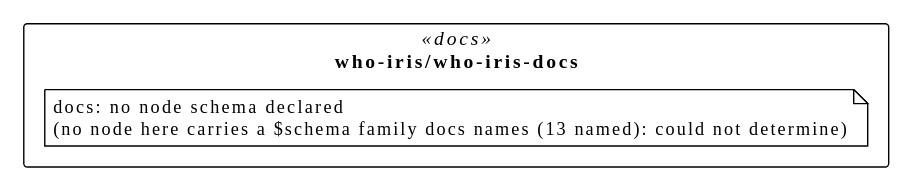
The PlantUML diagram assets/img/uml/overview/who-iris/who-iris-docs.svg in litlfred/smart-trust, before a commit. The source it was exported from:
```plantuml
@startuml
!pragma layout elk
!theme plain
skinparam classAttributeIconSize 0
skinparam shadowing false
skinparam packageStyle rectangle
hide empty methods

package "who-iris/who-iris-docs" as pkg_who_iris_who_iris_docs <<docs>> {
  note "docs: no node schema declared\n(no node here carries a $schema family docs names (13 named): could not determine)" as n_who_iris_who_iris_docs_docs
}
@enduml
```
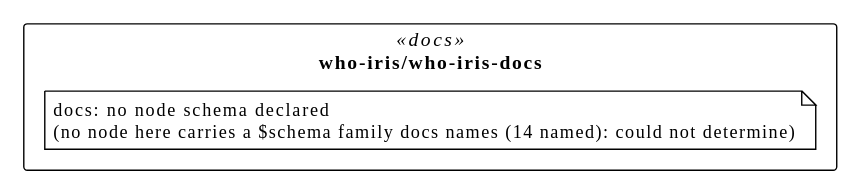
The same file after the commit.

The edit, as a diff of the source:
```diff
@@ -7,6 +7,6 @@
 hide empty methods
 
 package "who-iris/who-iris-docs" as pkg_who_iris_who_iris_docs <<docs>> {
-  note "docs: no node schema declared\n(no node here carries a $schema family docs names (13 named): could not determine)" as n_who_iris_who_iris_docs_docs
+  note "docs: no node schema declared\n(no node here carries a $schema family docs names (14 named): could not determine)" as n_who_iris_who_iris_docs_docs
 }
 @enduml
```
